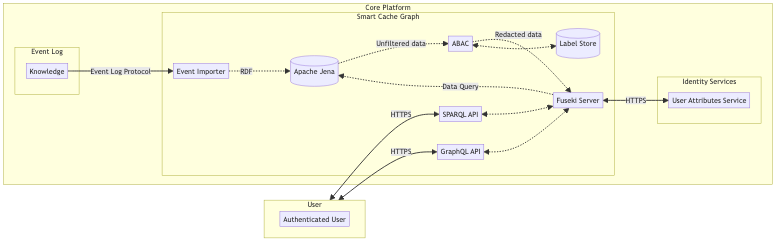
Above: docs/images/logical_diagram.png in telicent-oss/smart-cache-graph (Mermaid), before the change. Its source is kept beside it as docs/diagrams/logical_diagram.mmd. Source of this version:
```mermaid
graph LR
    subgraph User
        Authenticated["Authenticated User"]
    end

    User <--> |HTTPS| Sparql
    User <--> |HTTPS| Graphql

    subgraph Core Platform

        subgraph Identity Services
            Identity[User Attributes Service]
        end

        subgraph Event Log
            Knowledge[Knowledge]
        end

        Knowledge -- Event Log Protocol --> Import

        subgraph Smart Cache Graph
            Import[Event Importer]
            Sparql[SPARQL API]
            Graphql[GraphQL API]
            Web[Fuseki Server]
            Jena[(Apache Jena)]
            Label[(Label Store)]
            ABAC[ABAC]
            Import -.-> |RDF| Jena
            Jena -.-> |Unfiltered data| ABAC
            ABAC -.-> |Redacted data| Web
            ABAC <-.-> Label
            Sparql <-.-> Web
            Graphql <-.-> Web
            Web <-- HTTPS --> Identity
            Web -.-> |Data Query| Jena
        end

    end
```
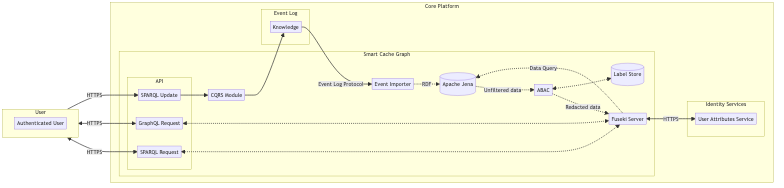
After the commit.

Diff of the diagram source:
```diff
@@ -5,6 +5,7 @@
 
     User <--> |HTTPS| Sparql
     User <--> |HTTPS| Graphql
+    User --> |HTTPS| Update
 
     subgraph Core Platform
 
@@ -17,11 +18,17 @@
         end
 
         Knowledge -- Event Log Protocol --> Import
+        Update --> CQRS
+        CQRS --> Knowledge
 
         subgraph Smart Cache Graph
+            subgraph API
+                Update[SPARQL Update]
+                Sparql[SPARQL Request]
+                Graphql[GraphQL Request]
+            end
+            CQRS[CQRS Module]
             Import[Event Importer]
-            Sparql[SPARQL API]
-            Graphql[GraphQL API]
             Web[Fuseki Server]
             Jena[(Apache Jena)]
             Label[(Label Store)]
```
